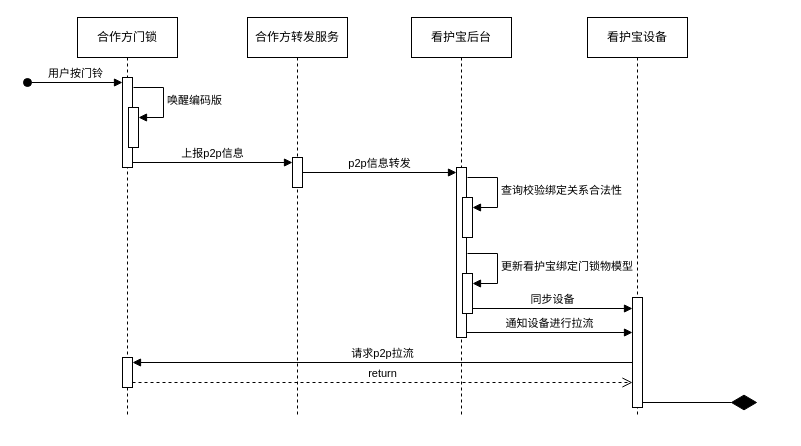
The draw.io diagram 联动流程时序图.drawio in Chrischenny/selfblog, before the edit. Source tidied: cells renumbered, new cells numbered last; positions are measured from the earlier drawing's top-left corner, leaving out a move shared by most shapes. Both pictures are drawn from the tidied source at 100%, with x=0, y=0 at pixel (27, 17).
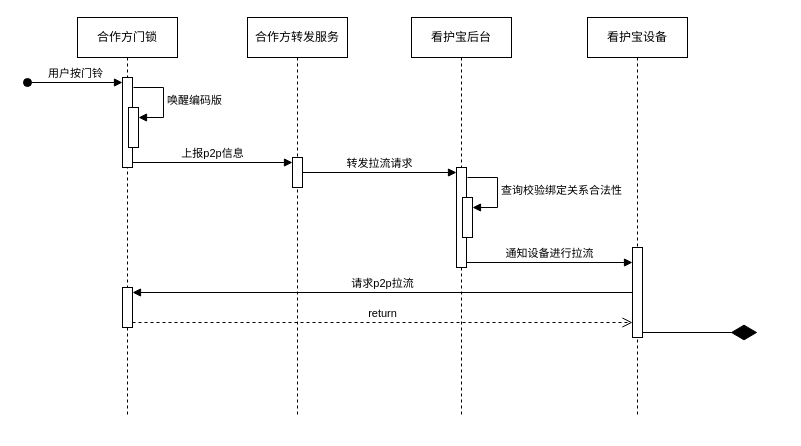
The same diagram, later.

Commit message:
更新联动流程时序图.drawio

Unchanged cells that the change refers to:
```xml
<mxCell id="2" value="合作方门锁" style="shape=umlLifeline;perimeter=lifelinePerimeter;whiteSpace=wrap;html=1;newEdgeStyle={&quot;curved&quot;:0,&quot;rounded&quot;:0};" parent="1" vertex="1">
  <mxGeometry x="50" width="100" height="400" as="geometry" />
</mxCell>
<mxCell id="8" style="html=1;points=[[0,0,0,0,5],[0,1,0,0,-5],[1,0,0,0,5],[1,1,0,0,-5]];perimeter=orthogonalPerimeter;outlineConnect=0;targetShapes=umlLifeline;portConstraint=eastwest;newEdgeStyle={&quot;curved&quot;:0,&quot;rounded&quot;:0};" parent="7" vertex="1">
  <mxGeometry x="45" y="140" width="10" height="30" as="geometry" />
</mxCell>
<mxCell id="9" value="看护宝后台" style="shape=umlLifeline;perimeter=lifelinePerimeter;whiteSpace=wrap;html=1;newEdgeStyle={&quot;curved&quot;:0,&quot;rounded&quot;:0};" parent="1" vertex="1">
  <mxGeometry x="384" width="100" height="400" as="geometry" />
</mxCell>
<mxCell id="15" value="看护宝设备" style="shape=umlLifeline;perimeter=lifelinePerimeter;whiteSpace=wrap;html=1;newEdgeStyle={&quot;curved&quot;:0,&quot;rounded&quot;:0};" parent="1" vertex="1">
  <mxGeometry x="560" width="100" height="400" as="geometry" />
</mxCell>
```

What changed in the source:
```diff
@@
     <mxCell id="6" style="html=1;points=[[0,0,0,0,5],[0,1,0,0,-5],[1,0,0,0,5],[1,1,0,0,-5]];perimeter=orthogonalPerimeter;outlineConnect=0;targetShapes=umlLifeline;portConstraint=eastwest;newEdgeStyle={&quot;curved&quot;:0,&quot;rounded&quot;:0};" parent="2" vertex="1">
-      <mxGeometry x="45" y="340" width="10" height="30" as="geometry" />
+      <mxGeometry x="45" y="270" width="10" height="40" as="geometry" />
     </mxCell>
@@
     <mxCell id="10" style="html=1;points=[[0,0,0,0,5],[0,1,0,0,-5],[1,0,0,0,5],[1,1,0,0,-5]];perimeter=orthogonalPerimeter;outlineConnect=0;targetShapes=umlLifeline;portConstraint=eastwest;newEdgeStyle={&quot;curved&quot;:0,&quot;rounded&quot;:0};" parent="9" vertex="1">
-      <mxGeometry x="45" y="150" width="10" height="170" as="geometry" />
+      <mxGeometry x="45" y="150" width="10" height="100" as="geometry" />
     </mxCell>
@@
-    <mxCell id="13" style="html=1;points=[[0,0,0,0,5],[0,1,0,0,-5],[1,0,0,0,5],[1,1,0,0,-5]];perimeter=orthogonalPerimeter;outlineConnect=0;targetShapes=umlLifeline;portConstraint=eastwest;newEdgeStyle={&quot;curved&quot;:0,&quot;rounded&quot;:0};" parent="9" vertex="1">
-      <mxGeometry x="51" y="256" width="10" height="40" as="geometry" />
-    </mxCell>
-    <mxCell id="14" value="更新看护宝绑定门锁物模型" style="html=1;align=left;spacingLeft=2;endArrow=block;rounded=0;edgeStyle=orthogonalEdgeStyle;curved=0;rounded=0;" parent="9" edge="1" target="13">
-      <mxGeometry relative="1" as="geometry">
-        <mxPoint x="56" y="236" as="sourcePoint" />
-        <Array as="points">
-          <mxPoint x="86" y="266" />
-        </Array>
-      </mxGeometry>
-    </mxCell>
@@
     <mxCell id="16" style="html=1;points=[[0,0,0,0,5],[0,1,0,0,-5],[1,0,0,0,5],[1,1,0,0,-5]];perimeter=orthogonalPerimeter;outlineConnect=0;targetShapes=umlLifeline;portConstraint=eastwest;newEdgeStyle={&quot;curved&quot;:0,&quot;rounded&quot;:0};" parent="15" vertex="1">
-      <mxGeometry x="45" y="280" width="10" height="110" as="geometry" />
+      <mxGeometry x="45" y="230" width="10" height="90" as="geometry" />
     </mxCell>
@@
-    <mxCell id="19" value="p2p信息转发" style="html=1;verticalAlign=bottom;endArrow=block;curved=0;rounded=0;entryX=0;entryY=0;entryDx=0;entryDy=5;entryPerimeter=0;" parent="1" edge="1" source="8" target="10">
+    <mxCell id="19" value="转发拉流请求" style="html=1;verticalAlign=bottom;endArrow=block;curved=0;rounded=0;entryX=0;entryY=0;entryDx=0;entryDy=5;entryPerimeter=0;" parent="1" edge="1" source="8" target="10">
       <mxGeometry relative="1" as="geometry" />
     </mxCell>
-    <mxCell id="20" value="通知设备进行拉流" style="html=1;verticalAlign=bottom;endArrow=block;curved=0;rounded=0;exitX=1;exitY=1;exitDx=0;exitDy=-5;exitPerimeter=0;" parent="1" edge="1" source="10" target="16">
-      <mxGeometry relative="1" as="geometry" />
+    <mxCell id="20" value="通知设备进行拉流" style="html=1;verticalAlign=bottom;endArrow=block;curved=0;rounded=0;exitX=1;exitY=1;exitDx=0;exitDy=-5;exitPerimeter=0;" parent="1" edge="1" target="16">
+      <mxGeometry relative="1" as="geometry">
+        <mxPoint x="439" y="245" as="sourcePoint" />
+      </mxGeometry>
     </mxCell>
-    <mxCell id="21" value="同步设备" style="html=1;verticalAlign=bottom;endArrow=block;curved=0;rounded=0;exitX=1;exitY=1;exitDx=0;exitDy=-5;exitPerimeter=0;" parent="1" edge="1" source="13" target="16">
-      <mxGeometry relative="1" as="geometry" />
-    </mxCell>
@@
     <mxCell id="24" style="endArrow=diamondThin;endFill=1;endSize=24;html=1;rounded=0;exitX=1;exitY=1;exitDx=0;exitDy=-5;exitPerimeter=0;" parent="1" edge="1" source="16">
       <mxGeometry relative="1" as="geometry">
-        <mxPoint x="730" y="385" as="targetPoint" />
+        <mxPoint x="730" y="315" as="targetPoint" />
       </mxGeometry>
     </mxCell>
```
